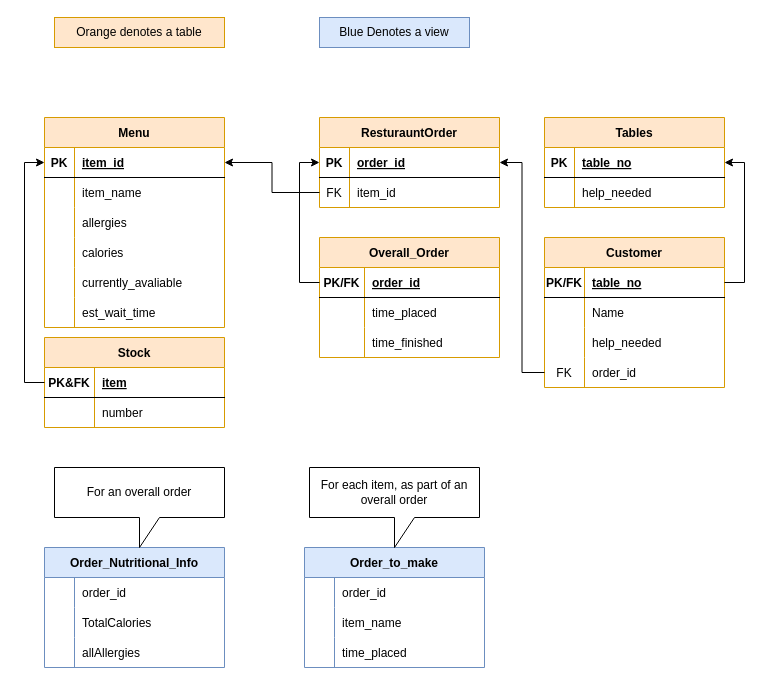
Before: SQLDatabase/Diagrams/DrawIOSchema.drawio in mattyblackout/cs2815-project, a draw.io diagram. Source tidied: cells renumbered, new cells numbered last; positions are measured from the earlier drawing's top-left corner, leaving out a move shared by most shapes. Both pictures are drawn from the tidied source at 100%, with x=0, y=0 at pixel (44, 17).
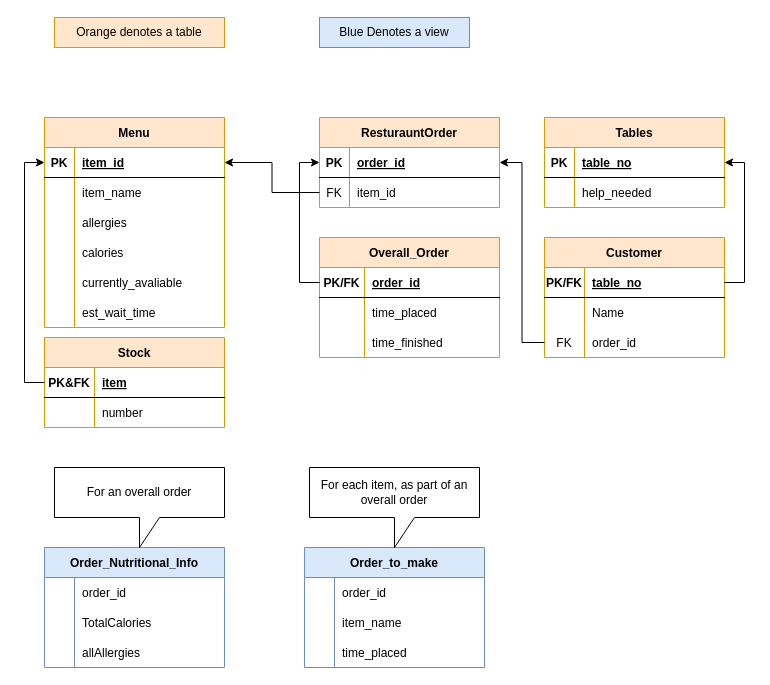
The same diagram, later.

Commit message (it also covers changes not shown here):
Created Customer table and removed error in schema

The edit, as a diff of the source:
```diff
@@
-    <mxCell id="77" style="shape=tableRow;horizontal=0;startSize=0;swimlaneHead=0;swimlaneBody=0;fillColor=none;top=0;left=0;right=0;bottom=0;" parent="1" vertex="1">
-      <mxGeometry x="500" y="340" width="180" height="30" as="geometry" />
-    </mxCell>
-    <mxCell id="78" style="shape=partialRectangle;fillColor=none;top=0;left=0;bottom=0;right=0;overflow=hidden;" parent="77" vertex="1">
-      <mxGeometry width="30" height="30" as="geometry" />
-    </mxCell>
     <mxCell id="79" value="Customer" style="shape=table;startSize=30;childLayout=tableLayout;rowLines=0;fontStyle=1;align=center;fillColor=#ffe6cc;strokeColor=#d79b00;" parent="1" vertex="1">
-      <mxGeometry x="500" y="220" width="180" height="150" as="geometry" />
+      <mxGeometry x="500" y="220" width="180" height="120" as="geometry" />
     </mxCell>
@@
-    <mxCell id="86" style="shape=tableRow;horizontal=0;startSize=0;swimlaneHead=0;swimlaneBody=0;fillColor=none;top=0;left=0;right=0;bottom=0;" parent="79" vertex="1">
-      <mxGeometry y="90" width="180" height="30" as="geometry" />
-    </mxCell>
-    <mxCell id="87" style="shape=partialRectangle;fillColor=none;top=0;left=0;bottom=0;right=0;fontStyle=0;overflow=hidden;" parent="86" vertex="1">
-      <mxGeometry width="40" height="30" as="geometry" />
-    </mxCell>
-    <mxCell id="88" value="help_needed" style="shape=partialRectangle;fillColor=none;top=0;left=0;bottom=0;right=0;align=left;spacingLeft=6;fontStyle=0;overflow=hidden;" parent="86" vertex="1">
-      <mxGeometry x="40" width="140" height="30" as="geometry" />
-    </mxCell>
     <mxCell id="89" style="shape=tableRow;horizontal=0;startSize=0;swimlaneHead=0;swimlaneBody=0;fillColor=none;points=[[0,0.5],[1,0.5]];portConstraint=eastwest;top=0;left=0;right=0;bottom=0;" parent="79" vertex="1">
-      <mxGeometry y="120" width="180" height="30" as="geometry" />
+      <mxGeometry y="90" width="180" height="30" as="geometry" />
     </mxCell>
```
